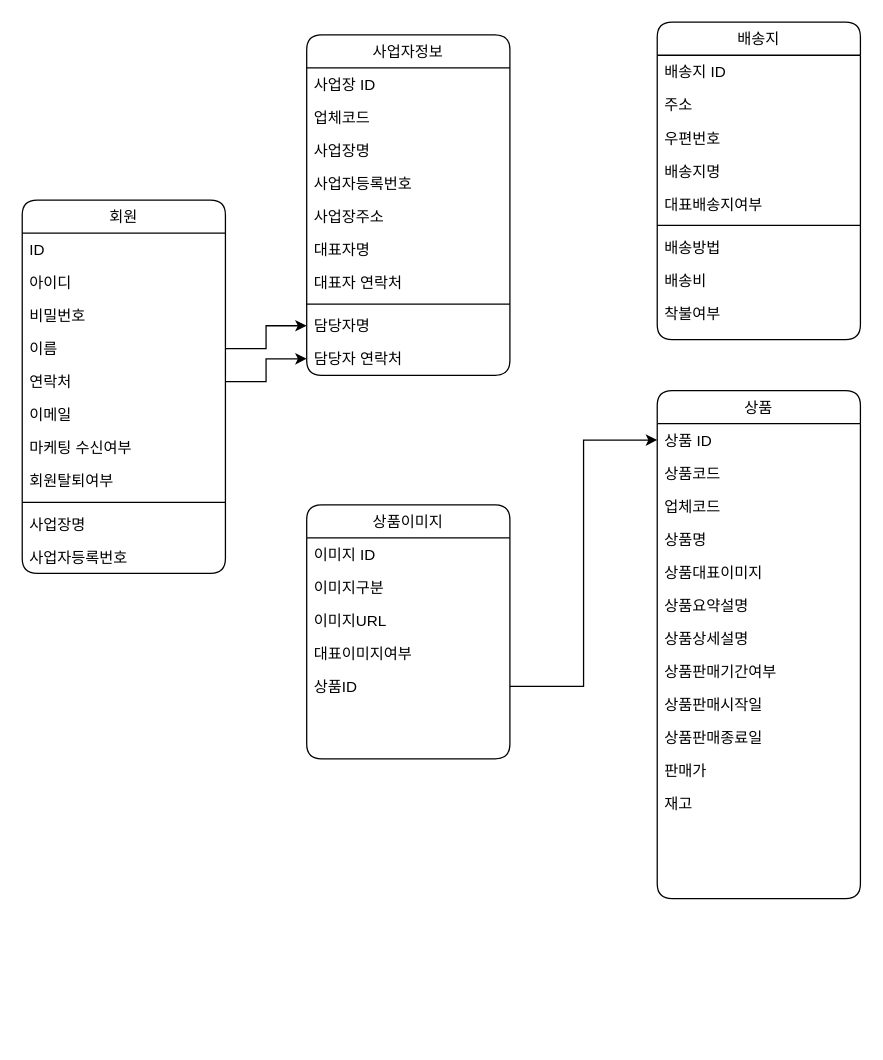
Above: client/src/store/제목 없는 다이어그램.drawio in jenny-han/jjegot-cafe24 (draw.io), before the change. Source tidied: cells renumbered, new cells numbered last; positions are measured from the earlier drawing's top-left corner, leaving out a move shared by most shapes. Both pictures are drawn from the tidied source at 127%, with x=0, y=0 at pixel (22, 22).
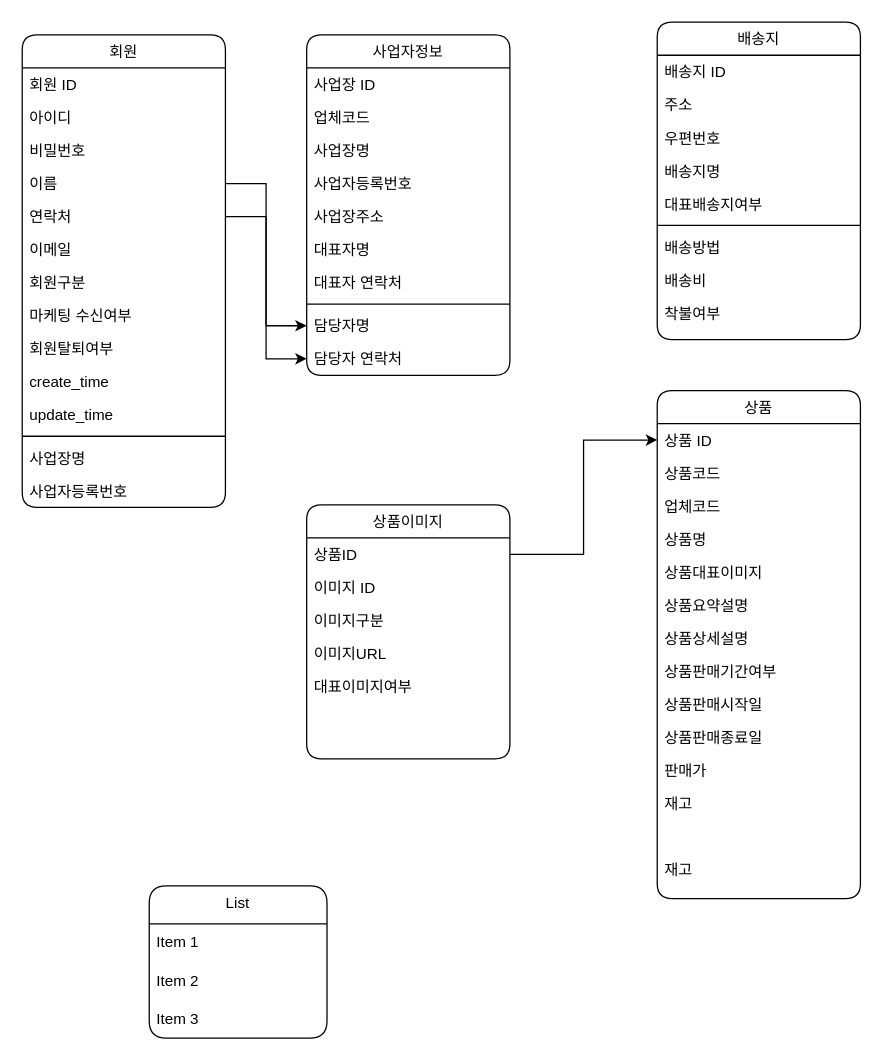
After the change.

Commit message:
제목 없는 다이어그램.drawio 업데이트

Unchanged cells that the change refers to:
```xml
<mxCell id="35" value="상품" style="swimlane;fontStyle=0;align=center;verticalAlign=top;horizontal=1;startSize=26;rounded=1;shadow=0;strokeWidth=1;labelBackgroundColor=none;" parent="1" vertex="1">
  <mxGeometry x="500" y="290" width="160" height="400" as="geometry" />
</mxCell>
<mxCell id="36" value="상품 ID" style="text;align=left;verticalAlign=top;spacingLeft=4;spacingRight=4;overflow=hidden;points=[[0,0.5],[1,0.5]];portConstraint=eastwest;rounded=1;labelBackgroundColor=none;" parent="35" vertex="1">
  <mxGeometry y="26" width="160" height="26" as="geometry" />
</mxCell>
<mxCell id="49" value="상품이미지" style="swimlane;fontStyle=0;align=center;verticalAlign=top;horizontal=1;startSize=26;rounded=1;shadow=0;strokeWidth=1;labelBackgroundColor=none;" parent="1" vertex="1">
  <mxGeometry x="224" y="380" width="160" height="200" as="geometry" />
</mxCell>
```

Diff of the diagram source:
```diff
@@
     <mxCell id="2" value="회원" style="swimlane;fontStyle=0;align=center;verticalAlign=top;horizontal=1;startSize=26;rounded=1;shadow=0;strokeWidth=1;labelBackgroundColor=none;" parent="1" vertex="1">
-      <mxGeometry y="140" width="160" height="294" as="geometry" />
+      <mxGeometry y="10" width="160" height="372" as="geometry" />
     </mxCell>
-    <mxCell id="3" value="ID" style="text;align=left;verticalAlign=top;spacingLeft=4;spacingRight=4;overflow=hidden;rounded=1;labelBackgroundColor=none;" parent="2" vertex="1">
+    <mxCell id="3" value="회원 ID" style="text;align=left;verticalAlign=top;spacingLeft=4;spacingRight=4;overflow=hidden;rounded=1;labelBackgroundColor=none;" parent="2" vertex="1">
       <mxGeometry y="26" width="160" height="26" as="geometry" />
     </mxCell>
@@
+    <mxCell id="58" value="회원구분" style="text;align=left;verticalAlign=top;spacingLeft=4;spacingRight=4;overflow=hidden;rounded=1;labelBackgroundColor=none;" parent="2" vertex="1">
+      <mxGeometry y="182" width="160" height="26" as="geometry" />
+    </mxCell>
     <mxCell id="9" value="마케팅 수신여부" style="text;align=left;verticalAlign=top;spacingLeft=4;spacingRight=4;overflow=hidden;rounded=1;labelBackgroundColor=none;" parent="2" vertex="1">
-      <mxGeometry y="182" width="160" height="26" as="geometry" />
+      <mxGeometry y="208" width="160" height="26" as="geometry" />
     </mxCell>
     <mxCell id="10" value="회원탈퇴여부" style="text;align=left;verticalAlign=top;spacingLeft=4;spacingRight=4;overflow=hidden;rounded=1;labelBackgroundColor=none;" parent="2" vertex="1">
-      <mxGeometry y="208" width="160" height="26" as="geometry" />
+      <mxGeometry y="234" width="160" height="26" as="geometry" />
     </mxCell>
+    <mxCell id="59" value="create_time" style="text;align=left;verticalAlign=top;spacingLeft=4;spacingRight=4;overflow=hidden;rounded=1;labelBackgroundColor=none;" parent="2" vertex="1">
+      <mxGeometry y="260" width="160" height="26" as="geometry" />
+    </mxCell>
+    <mxCell id="60" value="update_time" style="text;align=left;verticalAlign=top;spacingLeft=4;spacingRight=4;overflow=hidden;rounded=1;labelBackgroundColor=none;" parent="2" vertex="1">
+      <mxGeometry y="286" width="160" height="26" as="geometry" />
+    </mxCell>
     <mxCell id="11" style="line;html=1;strokeWidth=1;align=left;verticalAlign=middle;spacingTop=-1;spacingLeft=3;spacingRight=3;labelPosition=right;rounded=1;labelBackgroundColor=none;" parent="2" vertex="1">
-      <mxGeometry y="234" width="160" height="8" as="geometry" />
+      <mxGeometry y="312" width="160" height="8" as="geometry" />
     </mxCell>
     <mxCell id="12" value="사업장명" style="text;align=left;verticalAlign=top;spacingLeft=4;spacingRight=4;overflow=hidden;rounded=1;labelBackgroundColor=none;" parent="2" vertex="1">
-      <mxGeometry y="242" width="160" height="26" as="geometry" />
+      <mxGeometry y="320" width="160" height="26" as="geometry" />
     </mxCell>
     <mxCell id="13" value="사업자등록번호" style="text;align=left;verticalAlign=top;spacingLeft=4;spacingRight=4;overflow=hidden;rounded=1;labelBackgroundColor=none;" parent="2" vertex="1">
-      <mxGeometry y="268" width="160" height="26" as="geometry" />
+      <mxGeometry y="346" width="160" height="26" as="geometry" />
     </mxCell>
@@
+    <mxCell id="61" value="재고&#10;" style="text;align=left;verticalAlign=top;spacingLeft=4;spacingRight=4;overflow=hidden;rounded=1;labelBackgroundColor=none;" parent="35" vertex="1">
+      <mxGeometry y="364" width="160" height="26" as="geometry" />
+    </mxCell>
@@
+    <mxCell id="54" value="상품ID" style="text;align=left;verticalAlign=top;spacingLeft=4;spacingRight=4;overflow=hidden;points=[[0,0.5],[1,0.5]];portConstraint=eastwest;rounded=1;shadow=0;html=0;labelBackgroundColor=none;" parent="49" vertex="1">
+      <mxGeometry y="26" width="160" height="26" as="geometry" />
+    </mxCell>
     <mxCell id="50" value="이미지 ID" style="text;align=left;verticalAlign=top;spacingLeft=4;spacingRight=4;overflow=hidden;rounded=1;labelBackgroundColor=none;" parent="49" vertex="1">
-      <mxGeometry y="26" width="160" height="26" as="geometry" />
+      <mxGeometry y="52" width="160" height="26" as="geometry" />
     </mxCell>
     <mxCell id="51" value="이미지구분" style="text;align=left;verticalAlign=top;spacingLeft=4;spacingRight=4;overflow=hidden;rounded=1;shadow=0;html=0;labelBackgroundColor=none;" parent="49" vertex="1">
-      <mxGeometry y="52" width="160" height="26" as="geometry" />
+      <mxGeometry y="78" width="160" height="26" as="geometry" />
     </mxCell>
     <mxCell id="52" value="이미지URL" style="text;align=left;verticalAlign=top;spacingLeft=4;spacingRight=4;overflow=hidden;rounded=1;shadow=0;html=0;labelBackgroundColor=none;" parent="49" vertex="1">
-      <mxGeometry y="78" width="160" height="26" as="geometry" />
+      <mxGeometry y="104" width="160" height="26" as="geometry" />
     </mxCell>
     <mxCell id="53" value="대표이미지여부" style="text;align=left;verticalAlign=top;spacingLeft=4;spacingRight=4;overflow=hidden;rounded=1;shadow=0;html=0;labelBackgroundColor=none;" parent="49" vertex="1">
-      <mxGeometry y="104" width="160" height="26" as="geometry" />
+      <mxGeometry y="130" width="160" height="26" as="geometry" />
     </mxCell>
-    <mxCell id="54" value="상품ID" style="text;align=left;verticalAlign=top;spacingLeft=4;spacingRight=4;overflow=hidden;points=[[0,0.5],[1,0.5]];portConstraint=eastwest;rounded=1;shadow=0;html=0;labelBackgroundColor=none;" parent="49" vertex="1">
-      <mxGeometry y="130" width="160" height="26" as="geometry" />
-    </mxCell>
-    <mxCell id="55" style="edgeStyle=orthogonalEdgeStyle;rounded=0;jettySize=auto;html=1;exitX=1;exitY=0.5;exitDx=0;exitDy=0;entryX=0;entryY=0.5;entryDx=0;entryDy=0;" parent="1" edge="1" source="54" target="36">
+    <mxCell id="55" style="edgeStyle=orthogonalEdgeStyle;rounded=0;jettySize=auto;html=1;exitX=1;exitY=0.5;exitDx=0;exitDy=0;entryX=0;entryY=0.5;entryDx=0;entryDy=0;flowAnimation=0;" parent="1" edge="1" source="54" target="36">
       <mxGeometry relative="1" as="geometry" />
     </mxCell>
@@
+    <mxCell id="62" value="List" style="swimlane;fontStyle=0;horizontal=1;startSize=30;whiteSpace=wrap;html=1;rounded=1;shadow=0;strokeColor=default;strokeWidth=1;align=center;verticalAlign=top;fontFamily=Helvetica;fontSize=12;fontColor=default;labelBackgroundColor=none;fillColor=default;" parent="1" vertex="1">
+      <mxGeometry x="100" y="680" width="140" height="120" as="geometry" />
+    </mxCell>
+    <mxCell id="63" value="Item 1" style="text;strokeColor=none;fillColor=none;align=left;verticalAlign=middle;spacingLeft=4;spacingRight=4;overflow=hidden;whiteSpace=wrap;html=1;fontFamily=Helvetica;fontSize=12;fontColor=default;fontStyle=0;labelBackgroundColor=none;" parent="62" vertex="1">
+      <mxGeometry y="30" width="140" height="30" as="geometry" />
+    </mxCell>
+    <mxCell id="64" value="Item 2" style="text;strokeColor=none;fillColor=none;align=left;verticalAlign=middle;spacingLeft=4;spacingRight=4;overflow=hidden;whiteSpace=wrap;html=1;fontFamily=Helvetica;fontSize=12;fontColor=default;fontStyle=0;labelBackgroundColor=none;" parent="62" vertex="1">
+      <mxGeometry y="60" width="140" height="30" as="geometry" />
+    </mxCell>
+    <mxCell id="65" value="Item 3" style="text;strokeColor=none;fillColor=none;align=left;verticalAlign=middle;spacingLeft=4;spacingRight=4;overflow=hidden;whiteSpace=wrap;html=1;fontFamily=Helvetica;fontSize=12;fontColor=default;fontStyle=0;labelBackgroundColor=none;" parent="62" vertex="1">
+      <mxGeometry y="90" width="140" height="30" as="geometry" />
+    </mxCell>
```
